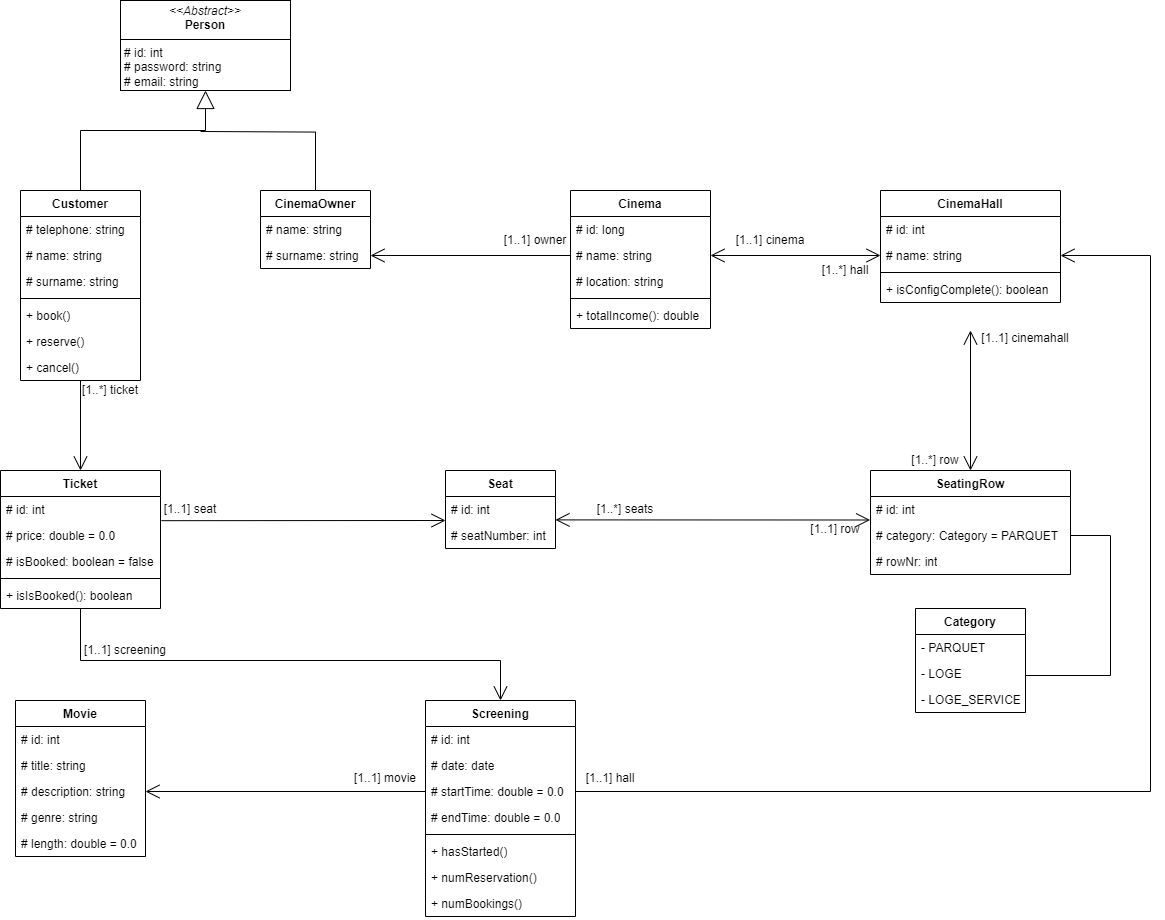
Before: doc/UML-Fachklassendiagramm.drawio.png, a diagram exported from draw.io (dlbuchholz/cinema-management-software). Source tidied: cells renumbered, new cells last; positions are measured from the earlier drawing's top-left corner, leaving out a move shared by most shapes.
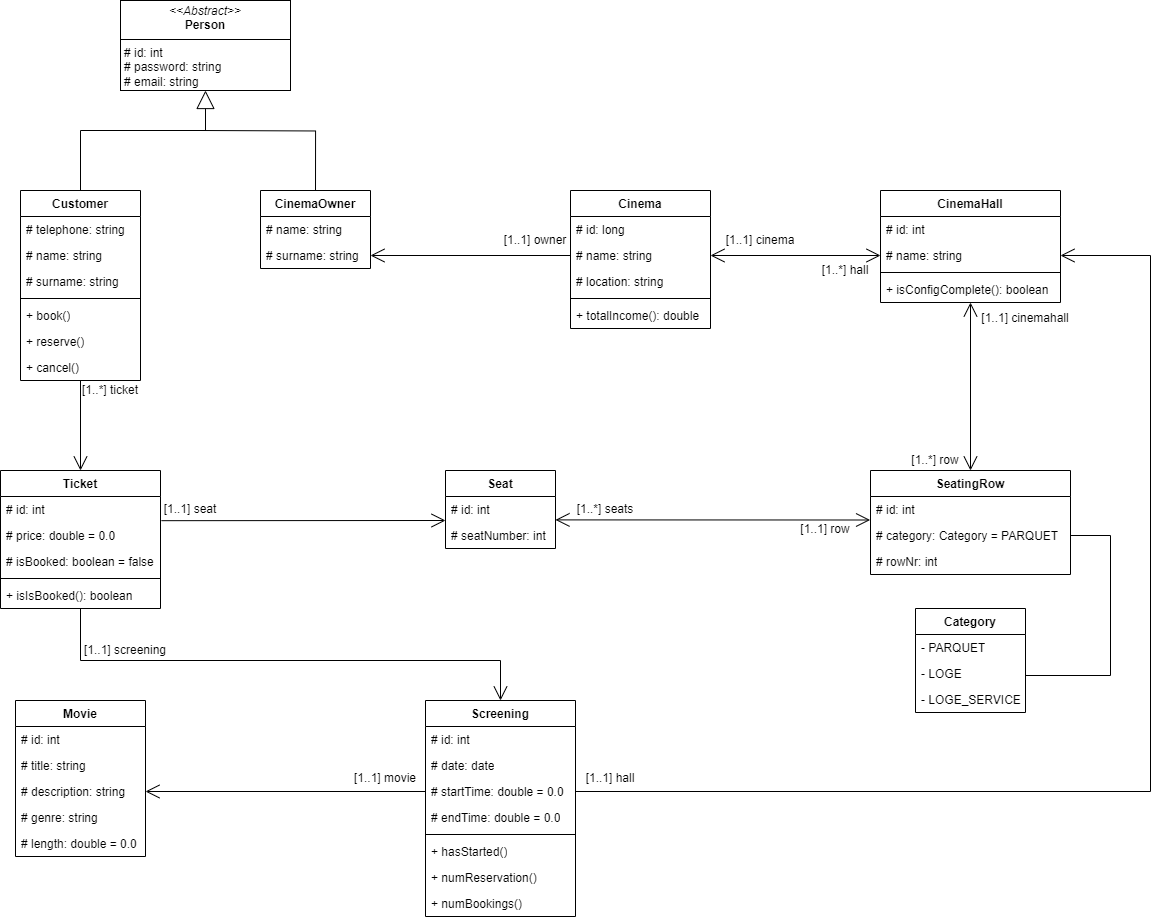
After the commit.

Diff of the diagram source:
```diff
@@ -72,7 +72,7 @@
     </mxCell>
     <mxCell id="23" style="endArrow=none;html=1;edgeStyle=orthogonalEdgeStyle;rounded=0;entryX=0.5;entryY=0;entryDx=0;entryDy=0;" parent="1" edge="1" target="20">
       <mxGeometry relative="1" as="geometry">
-        <mxPoint x="200" y="131" as="sourcePoint" />
+        <mxPoint x="200" y="130" as="sourcePoint" />
       </mxGeometry>
     </mxCell>
     <mxCell id="24" value="Cinema" style="swimlane;fontStyle=1;align=center;verticalAlign=top;horizontal=1;startSize=26;whiteSpace=wrap;html=1;" parent="1" vertex="1">
@@ -118,7 +118,7 @@
       <mxGeometry relative="1" as="geometry" />
     </mxCell>
     <mxCell id="38" value="[1..1] cinema" style="text;html=1;align=center;verticalAlign=middle;whiteSpace=wrap;rounded=0;" parent="1" vertex="1">
-      <mxGeometry x="730" y="230" width="80" height="20" as="geometry" />
+      <mxGeometry x="720" y="230" width="80" height="20" as="geometry" />
     </mxCell>
     <mxCell id="39" value="[1..*] hall" style="text;html=1;align=center;verticalAlign=middle;whiteSpace=wrap;rounded=0;" parent="1" vertex="1">
       <mxGeometry x="810" y="260" width="70" height="20" as="geometry" />
@@ -135,16 +135,14 @@
     <mxCell id="43" value="# rowNr: int" style="text;strokeColor=none;fillColor=none;align=left;verticalAlign=top;spacingLeft=4;spacingRight=4;overflow=hidden;whiteSpace=wrap;html=1;" parent="40" vertex="1">
       <mxGeometry y="78" width="200" height="26" as="geometry" />
     </mxCell>
-    <mxCell id="44" style="endArrow=open;endFill=1;endSize=12;html=1;rounded=0;startArrow=open;startFill=0;startSize=12;exitX=0.5;exitY=0;exitDx=0;exitDy=0;" parent="1" edge="1" source="40">
-      <mxGeometry relative="1" as="geometry">
-        <mxPoint x="970" y="330" as="targetPoint" />
-      </mxGeometry>
+    <mxCell id="44" style="endArrow=open;endFill=1;endSize=12;html=1;rounded=0;startArrow=open;startFill=0;startSize=12;exitX=0.5;exitY=0;exitDx=0;exitDy=0;entryX=0.5;entryY=1;entryDx=0;entryDy=0;" parent="1" edge="1" source="40" target="32">
+      <mxGeometry relative="1" as="geometry" />
     </mxCell>
     <mxCell id="45" value="[1..*] row" style="text;html=1;align=center;verticalAlign=middle;whiteSpace=wrap;rounded=0;" parent="1" vertex="1">
       <mxGeometry x="900" y="450" width="70" height="20" as="geometry" />
     </mxCell>
     <mxCell id="46" value="[1..1] cinemahall" style="text;html=1;align=center;verticalAlign=middle;whiteSpace=wrap;rounded=0;" parent="1" vertex="1">
-      <mxGeometry x="970" y="328" width="110" height="20" as="geometry" />
+      <mxGeometry x="970" y="308" width="110" height="20" as="geometry" />
     </mxCell>
     <mxCell id="47" value="Category" style="swimlane;fontStyle=1;align=center;verticalAlign=top;horizontal=1;startSize=26;whiteSpace=wrap;html=1;" parent="1" vertex="1">
       <mxGeometry x="915" y="608" width="110" height="104" as="geometry" />
@@ -179,10 +177,10 @@
       <mxGeometry relative="1" as="geometry" />
     </mxCell>
     <mxCell id="56" value="[1..*] seats" style="text;html=1;align=center;verticalAlign=middle;whiteSpace=wrap;rounded=0;" parent="1" vertex="1">
-      <mxGeometry x="590" y="499" width="70" height="20" as="geometry" />
+      <mxGeometry x="570" y="499" width="70" height="20" as="geometry" />
     </mxCell>
     <mxCell id="57" value="[1..1] row" style="text;html=1;align=center;verticalAlign=middle;whiteSpace=wrap;rounded=0;" parent="1" vertex="1">
-      <mxGeometry x="800" y="519" width="70" height="20" as="geometry" />
+      <mxGeometry x="790" y="519" width="70" height="20" as="geometry" />
     </mxCell>
     <mxCell id="58" style="endArrow=open;endFill=1;endSize=12;html=1;rounded=0;entryX=0;entryY=0.923;entryDx=0;entryDy=0;exitX=1.006;exitY=0.93;exitDx=0;exitDy=0;exitPerimeter=0;entryPerimeter=0;" parent="1" edge="1" source="13" target="53">
       <mxGeometry relative="1" as="geometry" />
```
